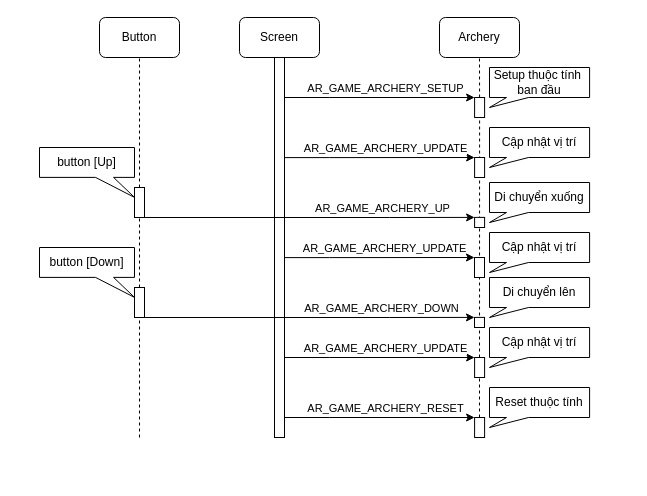
QuocBuu/drawio keeps this draw.io diagram as page "Page-2" (2 of 2) of archery_sequence.drawio. Above is the earlier version. Source tidied: cells renumbered, new cells numbered last; positions are measured from the earlier drawing's top-left corner, leaving out a move shared by most shapes. Both pictures are drawn from the tidied source at 100%, with x=0, y=0 at pixel (39, 17).
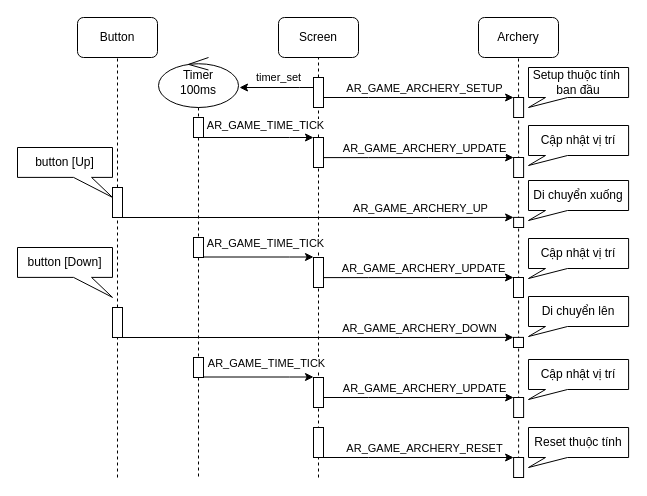
Above is the later version.

The edit, as a diff of the source:
```diff
@@
     <mxCell id="2" value="Screen" style="rounded=1;whiteSpace=wrap;html=1;" parent="1" vertex="1">
-      <mxGeometry x="200" width="80" height="40" as="geometry" />
+      <mxGeometry x="239" width="80" height="40" as="geometry" />
     </mxCell>
     <mxCell id="3" value="Button" style="rounded=1;whiteSpace=wrap;html=1;" parent="1" vertex="1">
-      <mxGeometry x="60" width="80" height="40" as="geometry" />
+      <mxGeometry x="38" width="80" height="40" as="geometry" />
     </mxCell>
     <mxCell id="4" value="Archery" style="rounded=1;whiteSpace=wrap;html=1;" parent="1" vertex="1">
-      <mxGeometry x="400" width="80" height="40" as="geometry" />
+      <mxGeometry x="439" width="80" height="40" as="geometry" />
     </mxCell>
-    <mxCell id="5" style="endArrow=none;dashed=1;html=1;rounded=0;entryX=0.5;entryY=1;entryDx=0;entryDy=0;" parent="1" edge="1" target="2">
-      <mxGeometry relative="1" as="geometry">
-        <mxPoint x="240" y="400" as="sourcePoint" />
-      </mxGeometry>
+    <mxCell id="5" style="endArrow=none;dashed=1;html=1;rounded=0;entryX=0.5;entryY=1;entryDx=0;entryDy=0;" parent="1" edge="1" source="48" target="2">
+      <mxGeometry relative="1" as="geometry" />
     </mxCell>
@@
     <mxCell id="8" style="edgeStyle=orthogonalEdgeStyle;rounded=0;jettySize=auto;html=1;entryX=0;entryY=0;entryDx=0;entryDy=0;" parent="1" edge="1" target="12">
       <mxGeometry relative="1" as="geometry">
-        <mxPoint x="245.1" y="80" as="sourcePoint" />
+        <mxPoint x="284.1" y="80" as="sourcePoint" />
         <Array as="points">
-          <mxPoint x="290.1" y="80" />
-          <mxPoint x="290.1" y="80" />
+          <mxPoint x="329.1" y="80" />
+          <mxPoint x="329.1" y="80" />
         </Array>
       </mxGeometry>
     </mxCell>
@@
-    <mxCell id="10" style="rounded=0;whiteSpace=wrap;html=1;" parent="1" vertex="1">
-      <mxGeometry x="235" y="40" width="10" height="380" as="geometry" />
-    </mxCell>
-    <mxCell id="11" style="endArrow=none;dashed=1;html=1;rounded=0;entryX=0.5;entryY=1;entryDx=0;entryDy=0;" parent="1" edge="1" target="12">
-      <mxGeometry relative="1" as="geometry">
-        <mxPoint x="440" y="400" as="sourcePoint" />
-      </mxGeometry>
+    <mxCell id="11" style="endArrow=none;dashed=1;html=1;rounded=0;entryX=0.5;entryY=1;entryDx=0;entryDy=0;exitX=0.5;exitY=1;exitDx=0;exitDy=0;" parent="1" edge="1" source="34" target="12">
+      <mxGeometry relative="1" as="geometry" />
     </mxCell>
     <mxCell id="12" style="rounded=0;whiteSpace=wrap;html=1;" parent="1" vertex="1">
-      <mxGeometry x="435.1" y="80" width="10" height="20" as="geometry" />
+      <mxGeometry x="474.1" y="80" width="10" height="20" as="geometry" />
     </mxCell>
@@
     <mxCell id="14" style="rounded=0;whiteSpace=wrap;html=1;" parent="1" vertex="1">
-      <mxGeometry x="95" y="170" width="10" height="30" as="geometry" />
+      <mxGeometry x="73" y="170" width="10" height="30" as="geometry" />
     </mxCell>
     <mxCell id="15" style="edgeStyle=orthogonalEdgeStyle;rounded=0;jettySize=auto;html=1;entryX=0;entryY=0;entryDx=0;entryDy=0;exitX=0.989;exitY=0.265;exitDx=0;exitDy=0;exitPerimeter=0;" parent="1" edge="1" target="17">
       <mxGeometry relative="1" as="geometry">
-        <mxPoint x="245" y="140.1" as="sourcePoint" />
+        <mxPoint x="284" y="140.1" as="sourcePoint" />
         <Array as="points">
-          <mxPoint x="290.1" y="140" />
+          <mxPoint x="329.1" y="140" />
         </Array>
       </mxGeometry>
     </mxCell>
@@
     <mxCell id="17" style="rounded=0;whiteSpace=wrap;html=1;" parent="1" vertex="1">
-      <mxGeometry x="435.1" y="140" width="10" height="20" as="geometry" />
+      <mxGeometry x="474.1" y="140" width="10" height="20" as="geometry" />
     </mxCell>
     <mxCell id="18" style="edgeStyle=orthogonalEdgeStyle;rounded=0;jettySize=auto;html=1;entryX=0;entryY=0;entryDx=0;entryDy=0;exitX=0.989;exitY=0.265;exitDx=0;exitDy=0;exitPerimeter=0;" parent="1" edge="1" target="20">
       <mxGeometry relative="1" as="geometry">
-        <mxPoint x="245.1" y="340" as="sourcePoint" />
+        <mxPoint x="284.1" y="380" as="sourcePoint" />
         <Array as="points">
-          <mxPoint x="290.1" y="340" />
+          <mxPoint x="329.1" y="380" />
         </Array>
       </mxGeometry>
     </mxCell>
@@
     <mxCell id="20" style="rounded=0;whiteSpace=wrap;html=1;" parent="1" vertex="1">
-      <mxGeometry x="435.1" y="340" width="10" height="20" as="geometry" />
+      <mxGeometry x="474.1" y="380" width="10" height="20" as="geometry" />
     </mxCell>
     <mxCell id="21" style="endArrow=none;dashed=1;html=1;rounded=0;entryX=0.5;entryY=1;entryDx=0;entryDy=0;" parent="1" edge="1" target="22">
       <mxGeometry relative="1" as="geometry">
-        <mxPoint x="100" y="420" as="sourcePoint" />
+        <mxPoint x="78" y="460" as="sourcePoint" />
       </mxGeometry>
     </mxCell>
     <mxCell id="22" style="rounded=0;whiteSpace=wrap;html=1;" parent="1" vertex="1">
-      <mxGeometry x="95" y="270" width="10" height="30" as="geometry" />
+      <mxGeometry x="73" y="290" width="10" height="30" as="geometry" />
     </mxCell>
     <mxCell id="23" style="edgeStyle=orthogonalEdgeStyle;rounded=0;jettySize=auto;html=1;entryX=0;entryY=0;entryDx=0;entryDy=0;exitX=1;exitY=1;exitDx=0;exitDy=0;" parent="1" edge="1" source="14" target="25">
       <mxGeometry relative="1" as="geometry">
         <Array as="points">
-          <mxPoint x="350" y="200" />
-          <mxPoint x="350" y="200" />
+          <mxPoint x="389" y="200" />
+          <mxPoint x="389" y="200" />
         </Array>
       </mxGeometry>
     </mxCell>
     <mxCell id="24" value="AR_GAME_ARCHERY_UP" style="edgeLabel;html=1;align=center;verticalAlign=middle;" parent="23" vertex="1">
       <mxGeometry x="-0.03" y="-2" relative="1" as="geometry">
-        <mxPoint x="77" y="-12" as="offset" />
+        <mxPoint x="107" y="-12" as="offset" />
       </mxGeometry>
     </mxCell>
     <mxCell id="25" style="rounded=0;whiteSpace=wrap;html=1;" parent="1" vertex="1">
-      <mxGeometry x="435.1" y="199.9" width="10" height="10.1" as="geometry" />
+      <mxGeometry x="474.1" y="199.9" width="10" height="10.1" as="geometry" />
     </mxCell>
     <mxCell id="26" style="edgeStyle=orthogonalEdgeStyle;rounded=0;jettySize=auto;html=1;entryX=0;entryY=0;entryDx=0;entryDy=0;exitX=0.989;exitY=0.265;exitDx=0;exitDy=0;exitPerimeter=0;" parent="1" edge="1" target="28">
       <mxGeometry relative="1" as="geometry">
-        <mxPoint x="244.9" y="240.1" as="sourcePoint" />
+        <mxPoint x="283.9" y="260.1" as="sourcePoint" />
         <Array as="points">
-          <mxPoint x="290" y="240" />
+          <mxPoint x="329" y="260" />
         </Array>
       </mxGeometry>
     </mxCell>
@@
     <mxCell id="28" style="rounded=0;whiteSpace=wrap;html=1;" parent="1" vertex="1">
-      <mxGeometry x="435" y="240" width="10" height="20" as="geometry" />
+      <mxGeometry x="474" y="260" width="10" height="20" as="geometry" />
     </mxCell>
-    <mxCell id="29" style="edgeStyle=orthogonalEdgeStyle;rounded=0;jettySize=auto;html=1;entryX=0;entryY=0;entryDx=0;entryDy=0;exitX=1;exitY=1;exitDx=0;exitDy=0;" parent="1" edge="1" target="31">
+    <mxCell id="29" style="edgeStyle=orthogonalEdgeStyle;rounded=0;jettySize=auto;html=1;entryX=0;entryY=0;entryDx=0;entryDy=0;exitX=1;exitY=1;exitDx=0;exitDy=0;" parent="1" edge="1" source="22" target="31">
       <mxGeometry relative="1" as="geometry">
-        <mxPoint x="104.9" y="300" as="sourcePoint" />
         <Array as="points">
-          <mxPoint x="349.9" y="300" />
-          <mxPoint x="349.9" y="300" />
+          <mxPoint x="360" y="320" />
+          <mxPoint x="360" y="320" />
         </Array>
       </mxGeometry>
     </mxCell>
     <mxCell id="30" value="AR_GAME_ARCHERY_DOWN" style="edgeLabel;html=1;align=center;verticalAlign=middle;" parent="29" vertex="1">
       <mxGeometry x="-0.03" y="-2" relative="1" as="geometry">
-        <mxPoint x="77" y="-12" as="offset" />
+        <mxPoint x="106" y="-12" as="offset" />
       </mxGeometry>
     </mxCell>
     <mxCell id="31" style="rounded=0;whiteSpace=wrap;html=1;" parent="1" vertex="1">
-      <mxGeometry x="435" y="299.9" width="10" height="10.1" as="geometry" />
+      <mxGeometry x="474" y="319.9" width="10" height="10.1" as="geometry" />
     </mxCell>
     <mxCell id="32" style="edgeStyle=orthogonalEdgeStyle;rounded=0;jettySize=auto;html=1;entryX=0;entryY=0;entryDx=0;entryDy=0;exitX=0.989;exitY=0.265;exitDx=0;exitDy=0;exitPerimeter=0;" parent="1" edge="1" target="34">
       <mxGeometry relative="1" as="geometry">
-        <mxPoint x="245.1" y="400" as="sourcePoint" />
+        <mxPoint x="284.1" y="440" as="sourcePoint" />
         <Array as="points">
-          <mxPoint x="290.1" y="400" />
+          <mxPoint x="329.1" y="440" />
         </Array>
       </mxGeometry>
     </mxCell>
@@
     <mxCell id="34" style="rounded=0;whiteSpace=wrap;html=1;" parent="1" vertex="1">
-      <mxGeometry x="435.1" y="400" width="10" height="20" as="geometry" />
+      <mxGeometry x="474.1" y="440" width="10" height="20" as="geometry" />
     </mxCell>
     <mxCell id="35" value="button [Down]" style="shape=callout;whiteSpace=wrap;html=1;perimeter=calloutPerimeter;position2=1;base=18;size=20;position=0.59;" parent="1" vertex="1">
-      <mxGeometry y="230" width="95" height="49.9" as="geometry" />
+      <mxGeometry x="-22" y="230" width="95" height="49.9" as="geometry" />
     </mxCell>
     <mxCell id="36" value="Setup thuộc tính&amp;nbsp;&lt;br&gt;ban đầu" style="shape=callout;whiteSpace=wrap;html=1;perimeter=calloutPerimeter;position2=0;base=22;size=10;position=0.17;" parent="1" vertex="1">
-      <mxGeometry x="450" y="50" width="100.1" height="40" as="geometry" />
+      <mxGeometry x="489" y="50" width="100.1" height="40" as="geometry" />
     </mxCell>
     <mxCell id="37" value="Cập nhật vị trí" style="shape=callout;whiteSpace=wrap;html=1;perimeter=calloutPerimeter;position2=0;base=22;size=10;position=0.17;" parent="1" vertex="1">
-      <mxGeometry x="450" y="110" width="100.1" height="40" as="geometry" />
+      <mxGeometry x="489" y="108" width="100.1" height="40" as="geometry" />
     </mxCell>
     <mxCell id="38" value="Di chuyển xuống" style="shape=callout;whiteSpace=wrap;html=1;perimeter=calloutPerimeter;position2=0;base=22;size=10;position=0.17;" parent="1" vertex="1">
-      <mxGeometry x="450" y="165" width="100.1" height="40" as="geometry" />
+      <mxGeometry x="489" y="163" width="100.1" height="40" as="geometry" />
     </mxCell>
     <mxCell id="39" value="Cập nhật vị trí" style="shape=callout;whiteSpace=wrap;html=1;perimeter=calloutPerimeter;position2=0;base=22;size=10;position=0.17;" parent="1" vertex="1">
-      <mxGeometry x="450" y="215" width="100.1" height="40" as="geometry" />
+      <mxGeometry x="489" y="221" width="100.1" height="40" as="geometry" />
     </mxCell>
     <mxCell id="40" value="Di chuyển lên" style="shape=callout;whiteSpace=wrap;html=1;perimeter=calloutPerimeter;position2=0;base=22;size=10;position=0.17;" parent="1" vertex="1">
-      <mxGeometry x="450" y="260" width="100.1" height="40" as="geometry" />
+      <mxGeometry x="489" y="279" width="100.1" height="40" as="geometry" />
     </mxCell>
     <mxCell id="41" value="Cập nhật vị trí" style="shape=callout;whiteSpace=wrap;html=1;perimeter=calloutPerimeter;position2=0;base=22;size=10;position=0.17;" parent="1" vertex="1">
-      <mxGeometry x="450" y="310" width="100.1" height="40" as="geometry" />
+      <mxGeometry x="489" y="342" width="100.1" height="40" as="geometry" />
     </mxCell>
     <mxCell id="42" value="Reset thuộc tính" style="shape=callout;whiteSpace=wrap;html=1;perimeter=calloutPerimeter;position2=0;base=22;size=10;position=0.17;" parent="1" vertex="1">
-      <mxGeometry x="450" y="370" width="100.1" height="40" as="geometry" />
+      <mxGeometry x="489" y="410" width="100.1" height="40" as="geometry" />
     </mxCell>
     <mxCell id="43" value="button [Up]" style="shape=callout;whiteSpace=wrap;html=1;perimeter=calloutPerimeter;position2=1;base=18;size=20;position=0.59;" parent="1" vertex="1">
-      <mxGeometry y="130" width="95" height="49.9" as="geometry" />
+      <mxGeometry x="-22" y="130" width="95" height="49.9" as="geometry" />
     </mxCell>
+    <mxCell id="44" style="endArrow=none;dashed=1;html=1;rounded=0;entryX=0.5;entryY=1;entryDx=0;entryDy=0;" parent="1" edge="1" source="50" target="48">
+      <mxGeometry relative="1" as="geometry" />
+    </mxCell>
+    <mxCell id="45" style="edgeStyle=orthogonalEdgeStyle;rounded=0;jettySize=auto;html=1;" parent="1" edge="1" source="48">
+      <mxGeometry relative="1" as="geometry">
+        <mxPoint x="200" y="70" as="targetPoint" />
+        <Array as="points">
+          <mxPoint x="260" y="70" />
+          <mxPoint x="260" y="70" />
+        </Array>
+      </mxGeometry>
+    </mxCell>
+    <mxCell id="46" value="&lt;div style=&quot;color: rgb(212, 212, 212); background-color: rgb(30, 30, 30); font-family: Consolas, &amp;quot;Courier New&amp;quot;, monospace; font-size: 14px; line-height: 19px;&quot;&gt;&lt;br&gt;&lt;/div&gt;" style="edgeLabel;html=1;align=center;verticalAlign=middle;" parent="45" vertex="1">
+      <mxGeometry x="0.18" relative="1" as="geometry" />
+    </mxCell>
+    <mxCell id="47" value="timer_set" style="edgeLabel;html=1;align=center;verticalAlign=middle;" parent="45" vertex="1">
+      <mxGeometry x="0.3" y="-1" relative="1" as="geometry">
+        <mxPoint x="12" y="-10" as="offset" />
+      </mxGeometry>
+    </mxCell>
+    <mxCell id="48" style="rounded=0;whiteSpace=wrap;html=1;" parent="1" vertex="1">
+      <mxGeometry x="274" y="60" width="10" height="30" as="geometry" />
+    </mxCell>
+    <mxCell id="49" style="endArrow=none;dashed=1;html=1;rounded=0;entryX=0.5;entryY=1;entryDx=0;entryDy=0;" parent="1" edge="1" target="50">
+      <mxGeometry relative="1" as="geometry">
+        <mxPoint x="279" y="460" as="sourcePoint" />
+      </mxGeometry>
+    </mxCell>
+    <mxCell id="50" style="rounded=0;whiteSpace=wrap;html=1;" parent="1" vertex="1">
+      <mxGeometry x="274" y="120" width="10" height="30" as="geometry" />
+    </mxCell>
+    <mxCell id="51" style="rounded=0;whiteSpace=wrap;html=1;" parent="1" vertex="1">
+      <mxGeometry x="274" y="240" width="10" height="30" as="geometry" />
+    </mxCell>
+    <mxCell id="52" style="rounded=0;whiteSpace=wrap;html=1;" parent="1" vertex="1">
+      <mxGeometry x="274" y="360" width="10" height="30" as="geometry" />
+    </mxCell>
+    <mxCell id="53" style="endArrow=none;dashed=1;html=1;rounded=0;entryX=0.5;entryY=1;entryDx=0;entryDy=0;" parent="1" edge="1" target="54">
+      <mxGeometry relative="1" as="geometry">
+        <mxPoint x="279" y="440" as="sourcePoint" />
+      </mxGeometry>
+    </mxCell>
+    <mxCell id="54" style="rounded=0;whiteSpace=wrap;html=1;" parent="1" vertex="1">
+      <mxGeometry x="274" y="410" width="10" height="30" as="geometry" />
+    </mxCell>
+    <mxCell id="55" value="Timer&lt;br&gt;100ms" style="shape=umlLifeline;perimeter=lifelinePerimeter;whiteSpace=wrap;html=1;newEdgeStyle={&quot;curved&quot;:0,&quot;rounded&quot;:0};participant=umlControl;verticalAlign=middle;size=50;" parent="1" vertex="1">
+      <mxGeometry x="119" y="40" width="80" height="420" as="geometry" />
+    </mxCell>
+    <mxCell id="56" style="edgeStyle=orthogonalEdgeStyle;rounded=0;jettySize=auto;html=1;" parent="1" edge="1" source="58" target="50">
+      <mxGeometry relative="1" as="geometry">
+        <Array as="points">
+          <mxPoint x="250" y="120" />
+          <mxPoint x="250" y="120" />
+        </Array>
+      </mxGeometry>
+    </mxCell>
+    <mxCell id="57" value="AR_GAME_TIME_TICK" style="edgeLabel;html=1;align=center;verticalAlign=middle;" parent="56" vertex="1">
+      <mxGeometry x="-0.11" y="1" relative="1" as="geometry">
+        <mxPoint x="12" y="-12" as="offset" />
+      </mxGeometry>
+    </mxCell>
+    <mxCell id="58" style="rounded=0;whiteSpace=wrap;html=1;" parent="1" vertex="1">
+      <mxGeometry x="154" y="100" width="10" height="20" as="geometry" />
+    </mxCell>
+    <mxCell id="59" style="rounded=0;whiteSpace=wrap;html=1;" parent="1" vertex="1">
+      <mxGeometry x="154" y="220" width="10" height="20" as="geometry" />
+    </mxCell>
+    <mxCell id="60" style="rounded=0;whiteSpace=wrap;html=1;" parent="1" vertex="1">
+      <mxGeometry x="154" y="340" width="10" height="20" as="geometry" />
+    </mxCell>
+    <mxCell id="61" style="edgeStyle=orthogonalEdgeStyle;rounded=0;orthogonalLoop=1;jettySize=auto;html=1;" parent="1" edge="1">
+      <mxGeometry relative="1" as="geometry">
+        <mxPoint x="164" y="239.5" as="sourcePoint" />
+        <mxPoint x="274" y="239.5" as="targetPoint" />
+        <Array as="points">
+          <mxPoint x="250" y="239.5" />
+          <mxPoint x="250" y="239.5" />
+        </Array>
+      </mxGeometry>
+    </mxCell>
+    <mxCell id="62" value="AR_GAME_TIME_TICK" style="edgeLabel;html=1;align=center;verticalAlign=middle;" parent="61" vertex="1">
+      <mxGeometry x="-0.16" y="2" relative="1" as="geometry">
+        <mxPoint x="15" y="-12" as="offset" />
+      </mxGeometry>
+    </mxCell>
+    <mxCell id="63" style="edgeStyle=orthogonalEdgeStyle;rounded=0;orthogonalLoop=1;jettySize=auto;html=1;" parent="1" edge="1">
+      <mxGeometry relative="1" as="geometry">
+        <mxPoint x="164" y="359.5" as="sourcePoint" />
+        <mxPoint x="274" y="359.5" as="targetPoint" />
+        <Array as="points">
+          <mxPoint x="250" y="359.5" />
+          <mxPoint x="250" y="359.5" />
+        </Array>
+      </mxGeometry>
+    </mxCell>
+    <mxCell id="64" value="AR_GAME_TIME_TICK" style="edgeLabel;html=1;align=center;verticalAlign=middle;" parent="63" vertex="1">
+      <mxGeometry x="0.12" relative="1" as="geometry">
+        <mxPoint y="-14" as="offset" />
+      </mxGeometry>
+    </mxCell>
```
